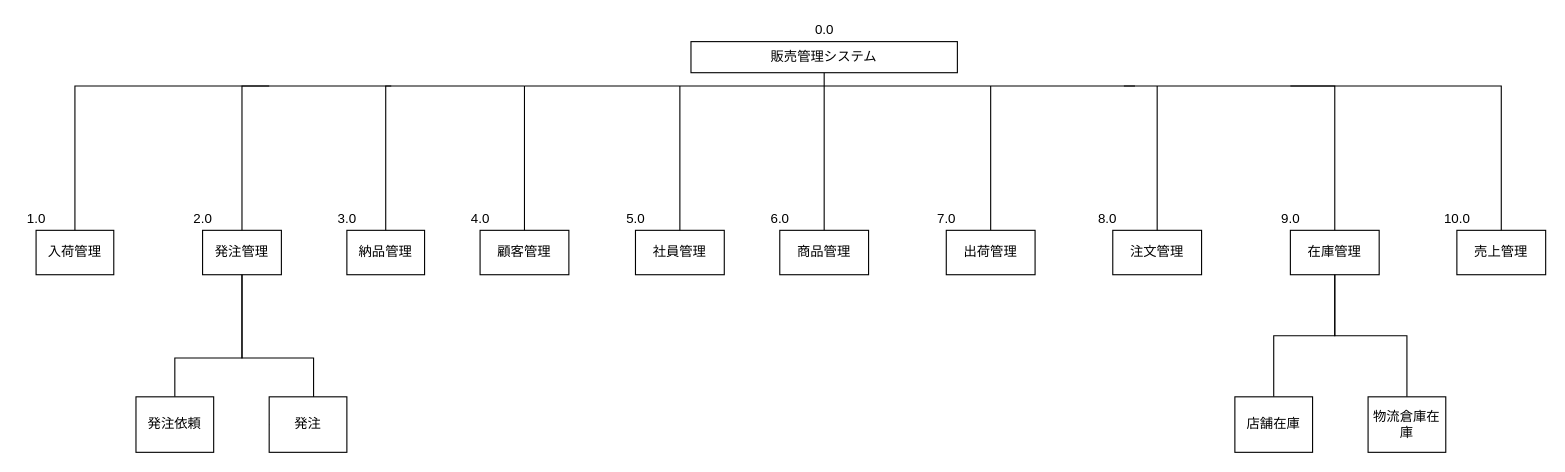
Above: システム構造図.drawio in Yamanin3/system-devel (draw.io), before the change. Source tidied: cells renumbered, new cells numbered last; positions are measured from the earlier drawing's top-left corner, leaving out a move shared by most shapes. Both pictures are drawn from the tidied source at 111%, with x=0, y=0 at pixel (-70, 19).
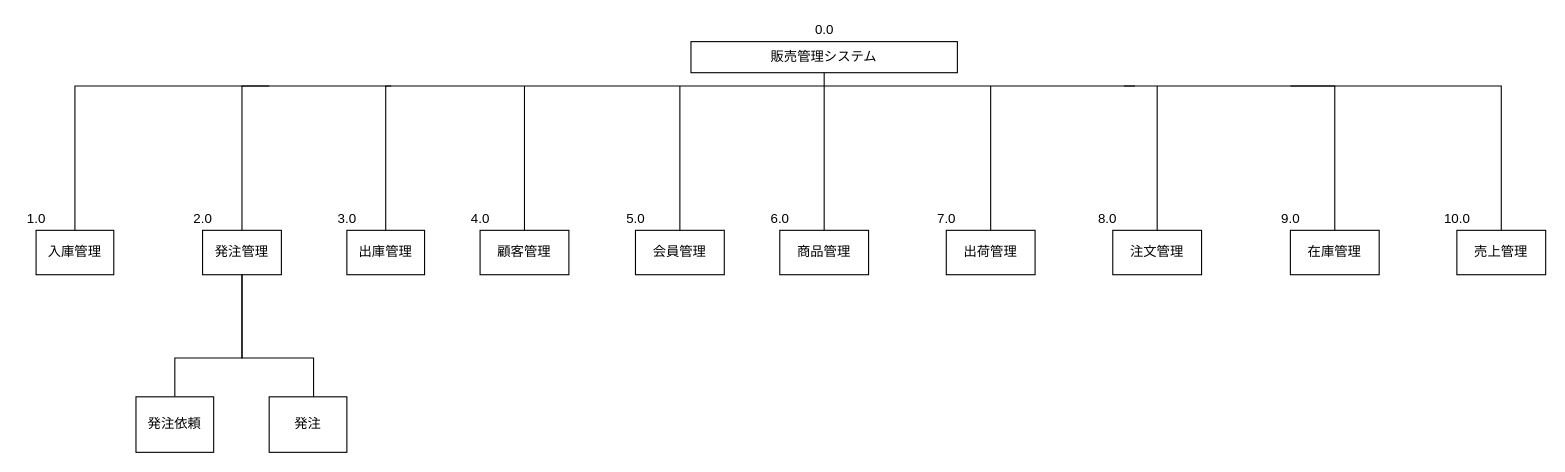
After the change.

The edit, as a diff of the source:
```diff
@@
-    <mxCell id="6" value="社員管理" style="whiteSpace=wrap;html=1;align=center;verticalAlign=middle;rounded=0;" parent="1" vertex="1">
+    <mxCell id="6" value="会員管理" style="whiteSpace=wrap;html=1;align=center;verticalAlign=middle;rounded=0;" parent="1" vertex="1">
       <mxGeometry x="635" y="190" width="80" height="40" as="geometry" />
     </mxCell>
@@
-    <mxCell id="19" value="納品管理" style="whiteSpace=wrap;html=1;align=center;verticalAlign=middle;" parent="1" vertex="1">
+    <mxCell id="19" value="出庫管理" style="whiteSpace=wrap;html=1;align=center;verticalAlign=middle;" parent="1" vertex="1">
       <mxGeometry x="375" y="190" width="70" height="40" as="geometry" />
     </mxCell>
@@
-    <mxCell id="21" value="入荷管理" style="whiteSpace=wrap;html=1;align=center;verticalAlign=middle;" parent="1" vertex="1">
+    <mxCell id="21" value="入庫管理" style="whiteSpace=wrap;html=1;align=center;verticalAlign=middle;" parent="1" vertex="1">
       <mxGeometry x="95" y="190" width="70" height="40" as="geometry" />
     </mxCell>
@@
-    <mxCell id="27" style="edgeStyle=elbowEdgeStyle;elbow=vertical;startArrow=none;endArrow=none;rounded=0;" parent="1" edge="1">
-      <mxGeometry relative="1" as="geometry">
-        <mxPoint x="1265" y="230" as="sourcePoint" />
-        <mxPoint x="1330" y="340" as="targetPoint" />
-      </mxGeometry>
-    </mxCell>
-    <mxCell id="28" style="edgeStyle=elbowEdgeStyle;elbow=vertical;startArrow=none;endArrow=none;rounded=0;exitX=0.5;exitY=1;exitDx=0;exitDy=0;" parent="1" edge="1">
-      <mxGeometry relative="1" as="geometry">
-        <mxPoint x="1265" y="230" as="sourcePoint" />
-        <mxPoint x="1210" y="340" as="targetPoint" />
-      </mxGeometry>
-    </mxCell>
-    <mxCell id="29" value="物流倉庫在庫" style="whiteSpace=wrap;html=1;align=center;verticalAlign=middle;" parent="1" vertex="1">
-      <mxGeometry x="1295" y="340" width="70" height="50" as="geometry" />
-    </mxCell>
-    <mxCell id="30" value="店舗在庫" style="whiteSpace=wrap;html=1;align=center;verticalAlign=middle;" parent="1" vertex="1">
-      <mxGeometry x="1175" y="340" width="70" height="50" as="geometry" />
-    </mxCell>
```
